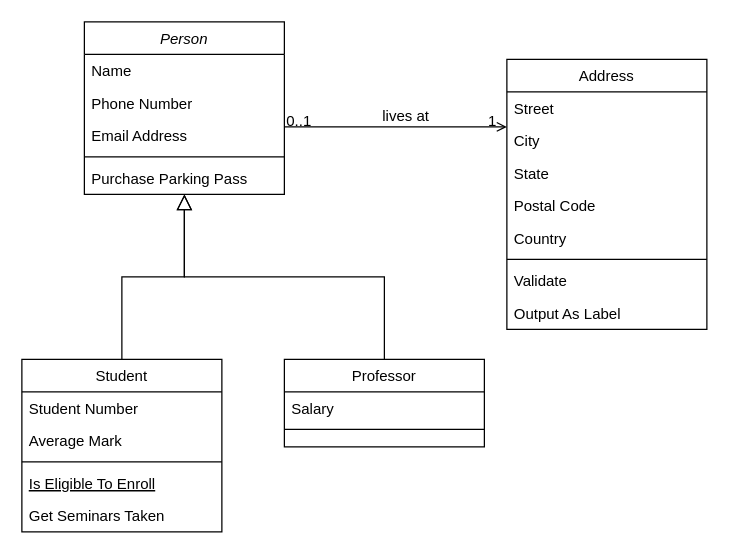
This is Untitled Diagram.drawio from KunlapathPaengsa/CreateDBWithdiagrams.net, a draw.io file, before an edit. Source tidied: cells renumbered, new cells numbered last; positions are measured from the earlier drawing's top-left corner, leaving out a move shared by most shapes. Both pictures are drawn from the tidied source at 125%, with x=0, y=0 at pixel (21, 21).
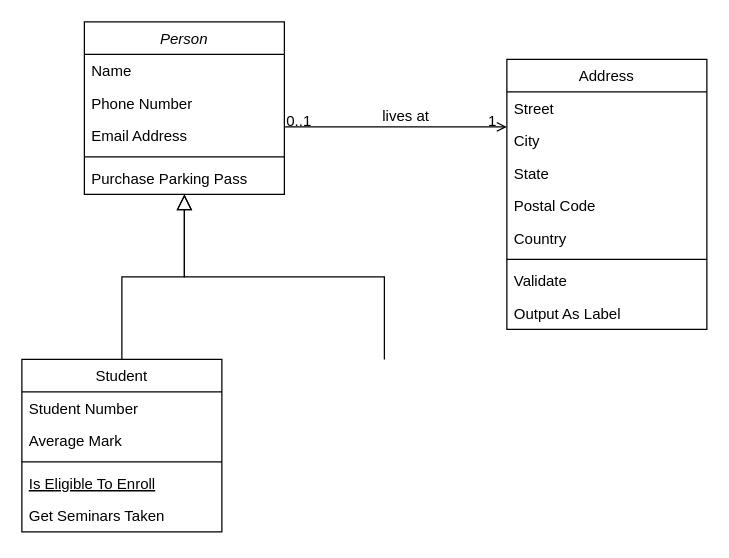
The same page after the edit.

Unchanged cells that the change refers to:
```xml
<mxCell id="2" value="Person" style="swimlane;fontStyle=2;align=center;verticalAlign=top;horizontal=1;startSize=26;rounded=0;shadow=0;strokeWidth=1;" parent="1" vertex="1">
  <mxGeometry x="50" width="160" height="138" as="geometry" />
</mxCell>
```

The edit, as a diff of the source:
```diff
@@
-    <mxCell id="15" value="Professor" style="swimlane;fontStyle=0;align=center;verticalAlign=top;horizontal=1;startSize=26;rounded=0;shadow=0;strokeWidth=1;" parent="1" vertex="1">
-      <mxGeometry x="210" y="270" width="160" height="70" as="geometry" />
-    </mxCell>
-    <mxCell id="16" value="Salary" style="text;align=left;verticalAlign=top;spacingLeft=4;spacingRight=4;overflow=hidden;" parent="15" vertex="1">
-      <mxGeometry y="26" width="160" height="26" as="geometry" />
-    </mxCell>
-    <mxCell id="17" style="line;html=1;strokeWidth=1;align=left;verticalAlign=middle;spacingTop=-1;spacingLeft=3;spacingRight=3;labelPosition=right;" parent="15" vertex="1">
-      <mxGeometry y="52" width="160" height="8" as="geometry" />
-    </mxCell>
-    <mxCell id="18" style="endArrow=block;endSize=10;endFill=0;shadow=0;strokeWidth=1;rounded=0;edgeStyle=elbowEdgeStyle;elbow=vertical;" parent="1" edge="1" source="15" target="2">
-      <mxGeometry relative="1" as="geometry" />
+    <mxCell id="18" style="endArrow=block;endSize=10;endFill=0;shadow=0;strokeWidth=1;rounded=0;edgeStyle=elbowEdgeStyle;elbow=vertical;" parent="1" edge="1" target="2">
+      <mxGeometry relative="1" as="geometry">
+        <mxPoint x="290" y="270" as="sourcePoint" />
+      </mxGeometry>
     </mxCell>
```
